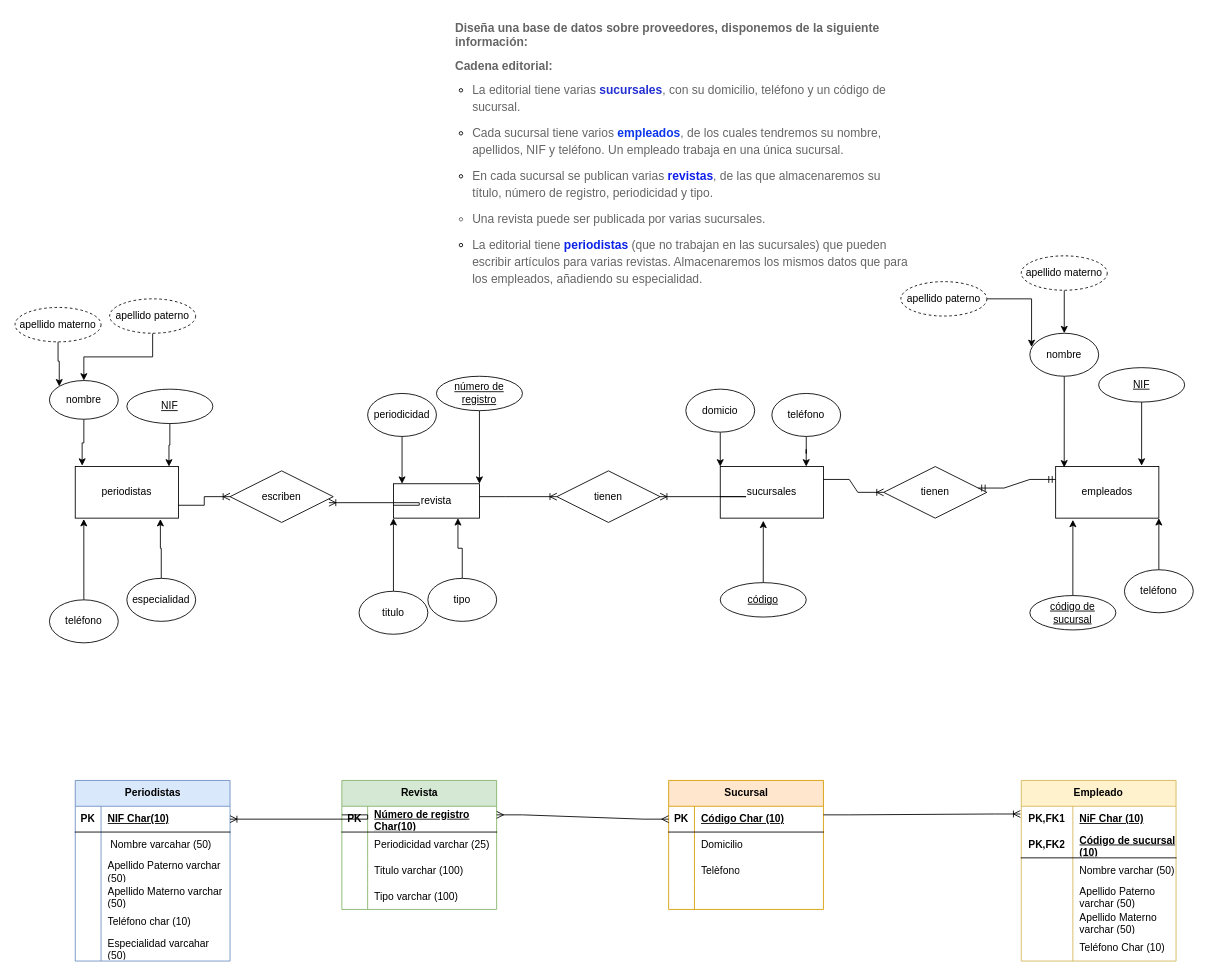
Above: Diagrama sin título.drawio in SandraGael/prueba (draw.io), before the change. Source tidied: cells renumbered, new cells numbered last; positions are measured from the earlier drawing's top-left corner, leaving out a move shared by most shapes. Both pictures are drawn from the tidied source at 86%, with x=0, y=0 at pixel (15, 15).
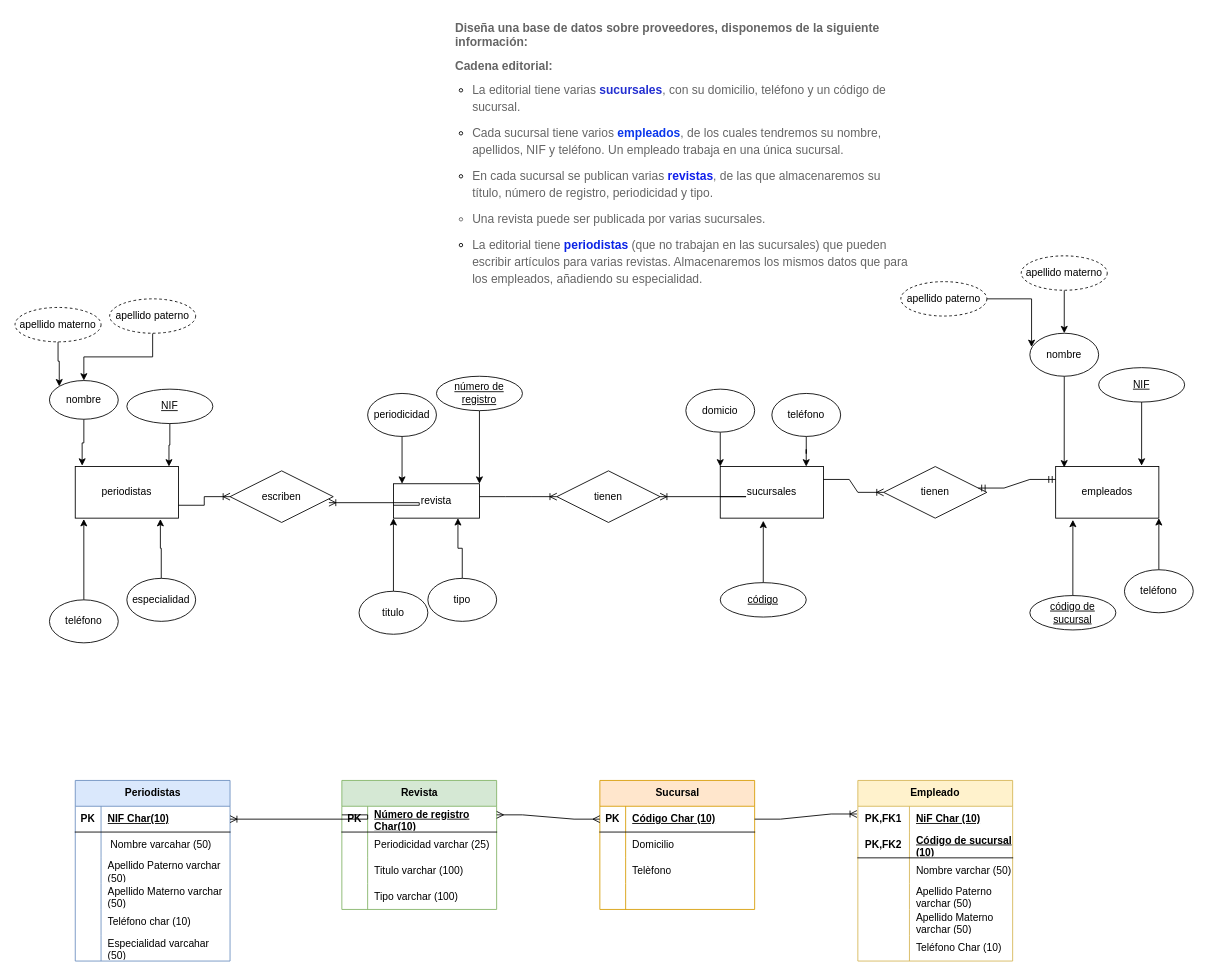
The same diagram, later.

The change refers to these unchanged cells:
```xml
<mxCell id="87" style="shape=tableRow;horizontal=0;startSize=0;swimlaneHead=0;swimlaneBody=0;fillColor=none;points=[[0,0.5],[1,0.5]];portConstraint=eastwest;top=0;left=0;right=0;bottom=1;" parent="86" vertex="1">
  <mxGeometry y="30" width="180" height="30" as="geometry" />
</mxCell>
<mxCell id="100" style="shape=tableRow;horizontal=0;startSize=0;swimlaneHead=0;swimlaneBody=0;fillColor=none;points=[[0,0.5],[1,0.5]];portConstraint=eastwest;top=0;left=0;right=0;bottom=0;html=1;" parent="99" vertex="1">
  <mxGeometry y="30" width="180" height="30" as="geometry" />
</mxCell>
```

Diff of the diagram source:
```diff
@@
     <mxCell id="86" value="Sucursal" style="shape=table;startSize=30;childLayout=tableLayout;rowLines=0;fontStyle=1;align=center;html=1;fillColor=#ffe6cc;strokeColor=#d79b00;" parent="1" vertex="1">
-      <mxGeometry x="760" y="890" width="180" height="150" as="geometry" />
+      <mxGeometry x="680" y="890" width="180" height="150" as="geometry" />
     </mxCell>
@@
     <mxCell id="99" value="Empleado" style="shape=table;startSize=30;childLayout=tableLayout;rowLines=0;fontStyle=1;align=center;html=1;whiteSpace=wrap;fillColor=#fff2cc;strokeColor=#d6b656;" parent="1" vertex="1">
-      <mxGeometry x="1170" y="890" width="180" height="210" as="geometry" />
+      <mxGeometry x="980" y="890" width="180" height="210" as="geometry" />
     </mxCell>
@@
-    <mxCell id="119" style="edgeStyle=entityRelationEdgeStyle;fontSize=12;html=1;endArrow=ERoneToMany;rounded=0;entryX=-0.006;entryY=0.3;entryDx=0;entryDy=0;entryPerimeter=0;" parent="1" edge="1" target="100">
-      <mxGeometry relative="1" as="geometry">
-        <mxPoint x="940" y="930" as="sourcePoint" />
-      </mxGeometry>
+    <mxCell id="119" style="edgeStyle=entityRelationEdgeStyle;fontSize=12;html=1;endArrow=ERoneToMany;rounded=0;entryX=-0.006;entryY=0.3;entryDx=0;entryDy=0;entryPerimeter=0;exitX=1;exitY=0.5;exitDx=0;exitDy=0;" parent="1" edge="1" source="87" target="100">
+      <mxGeometry relative="1" as="geometry" />
     </mxCell>
```
